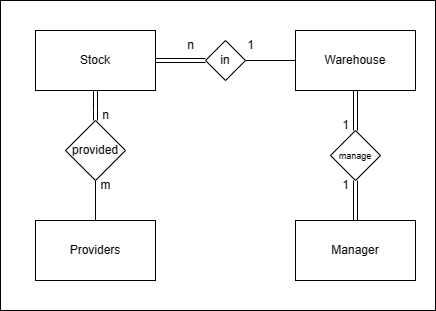
The draw.io diagram ERD-inventory-management-system.png in albatranomar/inventory-management-system-oas3-api, before a commit. Source tidied: cells renumbered, new cells last; positions are measured from the earlier drawing's top-left corner, leaving out a move shared by most shapes. The source it was exported from:
```xml
<mxGraphModel>
  <root>
    <mxCell id="0" />
    <mxCell id="1" parent="0" />
    <mxCell id="2" style="rounded=0;whiteSpace=wrap;html=1;" parent="1" vertex="1">
      <mxGeometry width="435" height="310" as="geometry" />
    </mxCell>
    <mxCell id="3" style="edgeStyle=orthogonalEdgeStyle;rounded=0;jettySize=auto;html=1;entryX=0;entryY=0.5;entryDx=0;entryDy=0;shape=link;" parent="1" edge="1" source="4" target="9">
      <mxGeometry relative="1" as="geometry" />
    </mxCell>
    <mxCell id="4" value="Stock" style="rounded=0;whiteSpace=wrap;html=1;" parent="1" vertex="1">
      <mxGeometry x="35" y="30" width="120" height="60" as="geometry" />
    </mxCell>
    <mxCell id="5" value="Warehouse" style="rounded=0;whiteSpace=wrap;html=1;" parent="1" vertex="1">
      <mxGeometry x="295" y="30" width="120" height="60" as="geometry" />
    </mxCell>
    <mxCell id="6" value="Providers" style="rounded=0;whiteSpace=wrap;html=1;" parent="1" vertex="1">
      <mxGeometry x="35" y="220" width="120" height="60" as="geometry" />
    </mxCell>
    <mxCell id="7" value="Manager" style="rounded=0;whiteSpace=wrap;html=1;" parent="1" vertex="1">
      <mxGeometry x="295" y="220" width="120" height="60" as="geometry" />
    </mxCell>
    <mxCell id="8" style="edgeStyle=orthogonalEdgeStyle;rounded=0;jettySize=auto;html=1;endArrow=none;endFill=0;" parent="1" edge="1" source="9" target="5">
      <mxGeometry relative="1" as="geometry" />
    </mxCell>
    <mxCell id="9" value="in" style="rhombus;whiteSpace=wrap;html=1;" parent="1" vertex="1">
      <mxGeometry x="205" y="40" width="40" height="40" as="geometry" />
    </mxCell>
    <mxCell id="10" value="1" style="text;html=1;align=center;verticalAlign=middle;strokeColor=none;fillColor=none;" parent="1" vertex="1">
      <mxGeometry x="235" y="30" width="30" height="30" as="geometry" />
    </mxCell>
    <mxCell id="11" value="n" style="text;html=1;align=center;verticalAlign=middle;strokeColor=none;fillColor=none;" parent="1" vertex="1">
      <mxGeometry x="175" y="30" width="30" height="30" as="geometry" />
    </mxCell>
    <mxCell id="12" style="edgeStyle=orthogonalEdgeStyle;rounded=0;jettySize=auto;html=1;endArrow=none;endFill=0;" parent="1" edge="1" source="14" target="6">
      <mxGeometry relative="1" as="geometry" />
    </mxCell>
    <mxCell id="13" style="edgeStyle=orthogonalEdgeStyle;rounded=0;jettySize=auto;html=1;endArrow=none;endFill=0;shape=link;" parent="1" edge="1" source="14" target="4">
      <mxGeometry relative="1" as="geometry" />
    </mxCell>
    <mxCell id="14" value="provided" style="rhombus;whiteSpace=wrap;html=1;" parent="1" vertex="1">
      <mxGeometry x="65" y="120" width="60" height="60" as="geometry" />
    </mxCell>
    <mxCell id="15" value="n" style="text;html=1;align=center;verticalAlign=middle;strokeColor=none;fillColor=none;" parent="1" vertex="1">
      <mxGeometry x="90" y="100" width="30" height="30" as="geometry" />
    </mxCell>
    <mxCell id="16" value="m" style="text;html=1;align=center;verticalAlign=middle;strokeColor=none;fillColor=none;" parent="1" vertex="1">
      <mxGeometry x="90" y="170" width="30" height="30" as="geometry" />
    </mxCell>
    <mxCell id="17" style="edgeStyle=orthogonalEdgeStyle;rounded=0;jettySize=auto;html=1;endArrow=none;endFill=0;shape=link;" parent="1" edge="1" source="19" target="5">
      <mxGeometry relative="1" as="geometry" />
    </mxCell>
    <mxCell id="18" style="edgeStyle=orthogonalEdgeStyle;rounded=0;jettySize=auto;html=1;endArrow=none;endFill=0;shape=link;" parent="1" edge="1" source="19" target="7">
      <mxGeometry relative="1" as="geometry" />
    </mxCell>
    <mxCell id="19" value="&lt;font style=&quot;font-size: 9px;&quot;&gt;manage&lt;/font&gt;" style="rhombus;whiteSpace=wrap;html=1;" parent="1" vertex="1">
      <mxGeometry x="330" y="130" width="50" height="50" as="geometry" />
    </mxCell>
    <mxCell id="20" value="1" style="text;html=1;align=center;verticalAlign=middle;strokeColor=none;fillColor=none;" parent="1" vertex="1">
      <mxGeometry x="330" y="110" width="30" height="30" as="geometry" />
    </mxCell>
    <mxCell id="21" value="1" style="text;html=1;align=center;verticalAlign=middle;strokeColor=none;fillColor=none;" parent="1" vertex="1">
      <mxGeometry x="330" y="170" width="30" height="30" as="geometry" />
    </mxCell>
  </root>
</mxGraphModel>
```
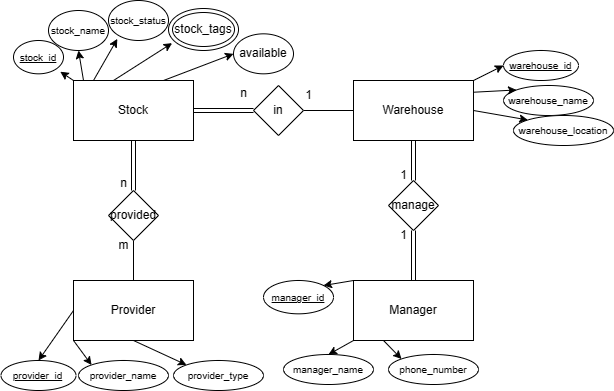
After the change.

Commit message:
new erd diagram

The edit, as a diff of the source:
```diff
@@ -2,50 +2,47 @@
   <root>
     <mxCell id="0" />
     <mxCell id="1" parent="0" />
-    <mxCell id="2" style="rounded=0;whiteSpace=wrap;html=1;" parent="1" vertex="1">
-      <mxGeometry width="435" height="310" as="geometry" />
-    </mxCell>
-    <mxCell id="3" style="edgeStyle=orthogonalEdgeStyle;rounded=0;jettySize=auto;html=1;entryX=0;entryY=0.5;entryDx=0;entryDy=0;shape=link;" parent="1" edge="1" source="4" target="9">
-      <mxGeometry relative="1" as="geometry" />
-    </mxCell>
     <mxCell id="4" value="Stock" style="rounded=0;whiteSpace=wrap;html=1;" parent="1" vertex="1">
-      <mxGeometry x="35" y="30" width="120" height="60" as="geometry" />
+      <mxGeometry x="-165" y="-10" width="120" height="60" as="geometry" />
     </mxCell>
     <mxCell id="5" value="Warehouse" style="rounded=0;whiteSpace=wrap;html=1;" parent="1" vertex="1">
-      <mxGeometry x="295" y="30" width="120" height="60" as="geometry" />
+      <mxGeometry x="115" y="-10" width="120" height="60" as="geometry" />
     </mxCell>
-    <mxCell id="6" value="Providers" style="rounded=0;whiteSpace=wrap;html=1;" parent="1" vertex="1">
-      <mxGeometry x="35" y="220" width="120" height="60" as="geometry" />
-    </mxCell>
     <mxCell id="7" value="Manager" style="rounded=0;whiteSpace=wrap;html=1;" parent="1" vertex="1">
-      <mxGeometry x="295" y="220" width="120" height="60" as="geometry" />
+      <mxGeometry x="115" y="190" width="120" height="60" as="geometry" />
     </mxCell>
+    <mxCell id="22" value="Provider" style="rounded=0;whiteSpace=wrap;html=1;" parent="1" vertex="1">
+      <mxGeometry x="-165" y="190" width="120" height="60" as="geometry" />
+    </mxCell>
     <mxCell id="8" style="edgeStyle=orthogonalEdgeStyle;rounded=0;jettySize=auto;html=1;endArrow=none;endFill=0;" parent="1" edge="1" source="9" target="5">
       <mxGeometry relative="1" as="geometry" />
     </mxCell>
+    <mxCell id="23" style="edgeStyle=orthogonalEdgeStyle;rounded=0;jettySize=auto;html=1;endArrow=none;endFill=0;shape=link;" parent="1" edge="1" source="9" target="4">
+      <mxGeometry relative="1" as="geometry" />
+    </mxCell>
     <mxCell id="9" value="in" style="rhombus;whiteSpace=wrap;html=1;" parent="1" vertex="1">
-      <mxGeometry x="205" y="40" width="40" height="40" as="geometry" />
+      <mxGeometry x="15" y="-5" width="50" height="50" as="geometry" />
     </mxCell>
-    <mxCell id="10" value="1" style="text;html=1;align=center;verticalAlign=middle;strokeColor=none;fillColor=none;" parent="1" vertex="1">
-      <mxGeometry x="235" y="30" width="30" height="30" as="geometry" />
-    </mxCell>
-    <mxCell id="11" value="n" style="text;html=1;align=center;verticalAlign=middle;strokeColor=none;fillColor=none;" parent="1" vertex="1">
-      <mxGeometry x="175" y="30" width="30" height="30" as="geometry" />
-    </mxCell>
-    <mxCell id="12" style="edgeStyle=orthogonalEdgeStyle;rounded=0;jettySize=auto;html=1;endArrow=none;endFill=0;" parent="1" edge="1" source="14" target="6">
-      <mxGeometry relative="1" as="geometry" />
-    </mxCell>
+    <mxCell id="24" value="n" style="text;html=1;align=center;verticalAlign=middle;strokeColor=none;fillColor=none;" parent="1" vertex="1">
+      <mxGeometry x="-10" y="-12" width="30" height="30" as="geometry" />
+    </mxCell>
+    <mxCell id="25" value="1" style="text;html=1;align=center;verticalAlign=middle;strokeColor=none;fillColor=none;" parent="1" vertex="1">
+      <mxGeometry x="55" y="-10" width="30" height="30" as="geometry" />
+    </mxCell>
     <mxCell id="13" style="edgeStyle=orthogonalEdgeStyle;rounded=0;jettySize=auto;html=1;endArrow=none;endFill=0;shape=link;" parent="1" edge="1" source="14" target="4">
       <mxGeometry relative="1" as="geometry" />
     </mxCell>
+    <mxCell id="26" style="edgeStyle=orthogonalEdgeStyle;rounded=0;jettySize=auto;html=1;endArrow=none;endFill=0;" parent="1" edge="1" source="14" target="22">
+      <mxGeometry relative="1" as="geometry" />
+    </mxCell>
     <mxCell id="14" value="provided" style="rhombus;whiteSpace=wrap;html=1;" parent="1" vertex="1">
-      <mxGeometry x="65" y="120" width="60" height="60" as="geometry" />
+      <mxGeometry x="-130" y="100" width="50" height="50" as="geometry" />
     </mxCell>
-    <mxCell id="15" value="n" style="text;html=1;align=center;verticalAlign=middle;strokeColor=none;fillColor=none;" parent="1" vertex="1">
-      <mxGeometry x="90" y="100" width="30" height="30" as="geometry" />
-    </mxCell>
+    <mxCell id="27" value="n" style="text;html=1;align=center;verticalAlign=middle;strokeColor=none;fillColor=none;" parent="1" vertex="1">
+      <mxGeometry x="-130" y="78" width="30" height="30" as="geometry" />
+    </mxCell>
     <mxCell id="16" value="m" style="text;html=1;align=center;verticalAlign=middle;strokeColor=none;fillColor=none;" parent="1" vertex="1">
-      <mxGeometry x="90" y="170" width="30" height="30" as="geometry" />
+      <mxGeometry x="-130" y="140" width="30" height="30" as="geometry" />
     </mxCell>
     <mxCell id="17" style="edgeStyle=orthogonalEdgeStyle;rounded=0;jettySize=auto;html=1;endArrow=none;endFill=0;shape=link;" parent="1" edge="1" source="19" target="5">
       <mxGeometry relative="1" as="geometry" />
@@ -53,14 +50,104 @@
     <mxCell id="18" style="edgeStyle=orthogonalEdgeStyle;rounded=0;jettySize=auto;html=1;endArrow=none;endFill=0;shape=link;" parent="1" edge="1" source="19" target="7">
       <mxGeometry relative="1" as="geometry" />
     </mxCell>
-    <mxCell id="19" value="&lt;font style=&quot;font-size: 9px;&quot;&gt;manage&lt;/font&gt;" style="rhombus;whiteSpace=wrap;html=1;" parent="1" vertex="1">
-      <mxGeometry x="330" y="130" width="50" height="50" as="geometry" />
+    <mxCell id="19" value="manage" style="rhombus;whiteSpace=wrap;html=1;" parent="1" vertex="1">
+      <mxGeometry x="150" y="90" width="50" height="50" as="geometry" />
     </mxCell>
-    <mxCell id="20" value="1" style="text;html=1;align=center;verticalAlign=middle;strokeColor=none;fillColor=none;" parent="1" vertex="1">
-      <mxGeometry x="330" y="110" width="30" height="30" as="geometry" />
-    </mxCell>
-    <mxCell id="21" value="1" style="text;html=1;align=center;verticalAlign=middle;strokeColor=none;fillColor=none;" parent="1" vertex="1">
-      <mxGeometry x="330" y="170" width="30" height="30" as="geometry" />
-    </mxCell>
+    <mxCell id="28" value="1" style="text;html=1;align=center;verticalAlign=middle;strokeColor=none;fillColor=none;" parent="1" vertex="1">
+      <mxGeometry x="150" y="70" width="30" height="30" as="geometry" />
+    </mxCell>
+    <mxCell id="29" value="1" style="text;html=1;align=center;verticalAlign=middle;strokeColor=none;fillColor=none;" parent="1" vertex="1">
+      <mxGeometry x="150" y="130" width="30" height="30" as="geometry" />
+    </mxCell>
+    <mxCell id="30" style="endArrow=classic;html=1;rounded=0;exitX=0;exitY=0;exitDx=0;exitDy=0;entryX=0.936;entryY=0.937;entryDx=0;entryDy=0;entryPerimeter=0;" parent="1" edge="1" source="4" target="31">
+      <mxGeometry relative="1" as="geometry" />
+    </mxCell>
+    <mxCell id="31" value="&lt;u&gt;&lt;font style=&quot;font-size: 10px;&quot;&gt;stock_id&lt;/font&gt;&lt;/u&gt;" style="ellipse;whiteSpace=wrap;html=1;" parent="1" vertex="1">
+      <mxGeometry x="-225" y="-50" width="50" height="33.3" as="geometry" />
+    </mxCell>
+    <mxCell id="32" value="&lt;font style=&quot;font-size: 10px;&quot;&gt;stock_name&lt;/font&gt;" style="ellipse;whiteSpace=wrap;html=1;" parent="1" vertex="1">
+      <mxGeometry x="-190" y="-80" width="60" height="40" as="geometry" />
+    </mxCell>
+    <mxCell id="33" style="endArrow=classic;html=1;rounded=0;entryX=0.5;entryY=1;entryDx=0;entryDy=0;" parent="1" edge="1" target="32">
+      <mxGeometry relative="1" as="geometry">
+        <mxPoint x="-155" y="-10" as="sourcePoint" />
+      </mxGeometry>
+    </mxCell>
+    <mxCell id="34" value="&lt;font style=&quot;font-size: 10px;&quot;&gt;stock_status&lt;/font&gt;" style="ellipse;whiteSpace=wrap;html=1;" parent="1" vertex="1">
+      <mxGeometry x="-130" y="-90" width="60" height="40" as="geometry" />
+    </mxCell>
+    <mxCell id="35" style="endArrow=classic;html=1;rounded=0;entryX=0.147;entryY=0.96;entryDx=0;entryDy=0;entryPerimeter=0;" parent="1" edge="1" target="34">
+      <mxGeometry relative="1" as="geometry">
+        <mxPoint x="-145" y="-10" as="sourcePoint" />
+      </mxGeometry>
+    </mxCell>
+    <mxCell id="36" value="stock_tags" style="ellipse;shape=doubleEllipse;whiteSpace=wrap;html=1;" parent="1" vertex="1">
+      <mxGeometry x="-70" y="-82" width="70" height="42" as="geometry" />
+    </mxCell>
+    <mxCell id="37" style="endArrow=classic;html=1;rounded=0;entryX=0.051;entryY=0.825;entryDx=0;entryDy=0;entryPerimeter=0;" parent="1" edge="1" target="36">
+      <mxGeometry relative="1" as="geometry">
+        <mxPoint x="-125" y="-10" as="sourcePoint" />
+      </mxGeometry>
+    </mxCell>
+    <mxCell id="38" value="&lt;u&gt;&lt;font style=&quot;font-size: 10px;&quot;&gt;warehouse_id&lt;/font&gt;&lt;/u&gt;" style="ellipse;whiteSpace=wrap;html=1;" parent="1" vertex="1">
+      <mxGeometry x="265" y="-40" width="75" height="30" as="geometry" />
+    </mxCell>
+    <mxCell id="39" style="endArrow=classic;html=1;rounded=0;exitX=1;exitY=0;exitDx=0;exitDy=0;entryX=0;entryY=0.5;entryDx=0;entryDy=0;" parent="1" edge="1" source="5" target="38">
+      <mxGeometry relative="1" as="geometry" />
+    </mxCell>
+    <mxCell id="40" value="&lt;font style=&quot;font-size: 10px;&quot;&gt;warehouse_name&lt;/font&gt;" style="ellipse;whiteSpace=wrap;html=1;" parent="1" vertex="1">
+      <mxGeometry x="265" y="-5" width="90" height="30" as="geometry" />
+    </mxCell>
+    <mxCell id="41" style="endArrow=classic;html=1;rounded=0;exitX=1.004;exitY=0.195;exitDx=0;exitDy=0;exitPerimeter=0;entryX=0;entryY=0;entryDx=0;entryDy=0;" parent="1" edge="1" source="5" target="40">
+      <mxGeometry relative="1" as="geometry" />
+    </mxCell>
+    <mxCell id="42" value="&lt;font style=&quot;font-size: 10px;&quot;&gt;warehouse_location&lt;/font&gt;" style="ellipse;whiteSpace=wrap;html=1;" parent="1" vertex="1">
+      <mxGeometry x="275" y="25" width="100" height="30" as="geometry" />
+    </mxCell>
+    <mxCell id="43" style="endArrow=classic;html=1;rounded=0;exitX=1;exitY=0.5;exitDx=0;exitDy=0;entryX=0;entryY=0;entryDx=0;entryDy=0;" parent="1" edge="1" source="5" target="42">
+      <mxGeometry relative="1" as="geometry" />
+    </mxCell>
+    <mxCell id="44" value="&lt;u&gt;&lt;font style=&quot;font-size: 10px;&quot;&gt;provider_id&lt;/font&gt;&lt;/u&gt;" style="ellipse;whiteSpace=wrap;html=1;" parent="1" vertex="1">
+      <mxGeometry x="-237.5" y="270" width="75" height="30" as="geometry" />
+    </mxCell>
+    <mxCell id="45" style="endArrow=classic;html=1;rounded=0;exitX=0;exitY=0.5;exitDx=0;exitDy=0;entryX=0.5;entryY=0;entryDx=0;entryDy=0;" parent="1" edge="1" source="22" target="44">
+      <mxGeometry relative="1" as="geometry" />
+    </mxCell>
+    <mxCell id="46" value="&lt;font style=&quot;font-size: 10px;&quot;&gt;provider_name&lt;/font&gt;" style="ellipse;whiteSpace=wrap;html=1;" parent="1" vertex="1">
+      <mxGeometry x="-160" y="270" width="90" height="30" as="geometry" />
+    </mxCell>
+    <mxCell id="47" style="endArrow=classic;html=1;rounded=0;exitX=0;exitY=1;exitDx=0;exitDy=0;entryX=0;entryY=0;entryDx=0;entryDy=0;" parent="1" edge="1" source="22" target="46">
+      <mxGeometry relative="1" as="geometry" />
+    </mxCell>
+    <mxCell id="48" value="&lt;font style=&quot;font-size: 10px;&quot;&gt;provider_type&lt;/font&gt;" style="ellipse;whiteSpace=wrap;html=1;" parent="1" vertex="1">
+      <mxGeometry x="-65" y="270" width="90" height="30" as="geometry" />
+    </mxCell>
+    <mxCell id="49" style="endArrow=classic;html=1;rounded=0;exitX=0.5;exitY=1;exitDx=0;exitDy=0;entryX=0;entryY=0;entryDx=0;entryDy=0;" parent="1" edge="1" source="22" target="48">
+      <mxGeometry relative="1" as="geometry" />
+    </mxCell>
+    <mxCell id="50" value="&lt;u&gt;&lt;font style=&quot;font-size: 10px;&quot;&gt;manager_id&lt;/font&gt;&lt;/u&gt;" style="ellipse;whiteSpace=wrap;html=1;" parent="1" vertex="1">
+      <mxGeometry x="25" y="190" width="70" height="33.3" as="geometry" />
+    </mxCell>
+    <mxCell id="51" style="endArrow=classic;html=1;rounded=0;exitX=0;exitY=0;exitDx=0;exitDy=0;entryX=1;entryY=0;entryDx=0;entryDy=0;" parent="1" edge="1" source="7" target="50">
+      <mxGeometry relative="1" as="geometry" />
+    </mxCell>
+    <mxCell id="52" value="&lt;font style=&quot;font-size: 10px;&quot;&gt;manager_name&lt;/font&gt;" style="ellipse;whiteSpace=wrap;html=1;" parent="1" vertex="1">
+      <mxGeometry x="45" y="264" width="90" height="30" as="geometry" />
+    </mxCell>
+    <mxCell id="53" style="endArrow=classic;html=1;rounded=0;exitX=0;exitY=1;exitDx=0;exitDy=0;entryX=0.5;entryY=0;entryDx=0;entryDy=0;" parent="1" edge="1" source="7" target="52">
+      <mxGeometry relative="1" as="geometry" />
+    </mxCell>
+    <mxCell id="54" value="&lt;font style=&quot;font-size: 10px;&quot;&gt;phone_number&lt;/font&gt;" style="ellipse;whiteSpace=wrap;html=1;" parent="1" vertex="1">
+      <mxGeometry x="150" y="264" width="90" height="30" as="geometry" />
+    </mxCell>
+    <mxCell id="55" style="endArrow=classic;html=1;rounded=0;exitX=0.25;exitY=1;exitDx=0;exitDy=0;entryX=0;entryY=0;entryDx=0;entryDy=0;" parent="1" edge="1" source="7" target="54">
+      <mxGeometry relative="1" as="geometry" />
+    </mxCell>
+    <mxCell id="56" value="available" style="ellipse;whiteSpace=wrap;html=1;" parent="1" vertex="1">
+      <mxGeometry x="-5" y="-56.7" width="60" height="40" as="geometry" />
+    </mxCell>
+    <mxCell id="57" style="endArrow=classic;html=1;rounded=0;exitX=0.75;exitY=0;exitDx=0;exitDy=0;entryX=0;entryY=0.5;entryDx=0;entryDy=0;" parent="1" edge="1" source="4" target="56">
+      <mxGeometry relative="1" as="geometry" />
+    </mxCell>
   </root>
 </mxGraphModel>
```
